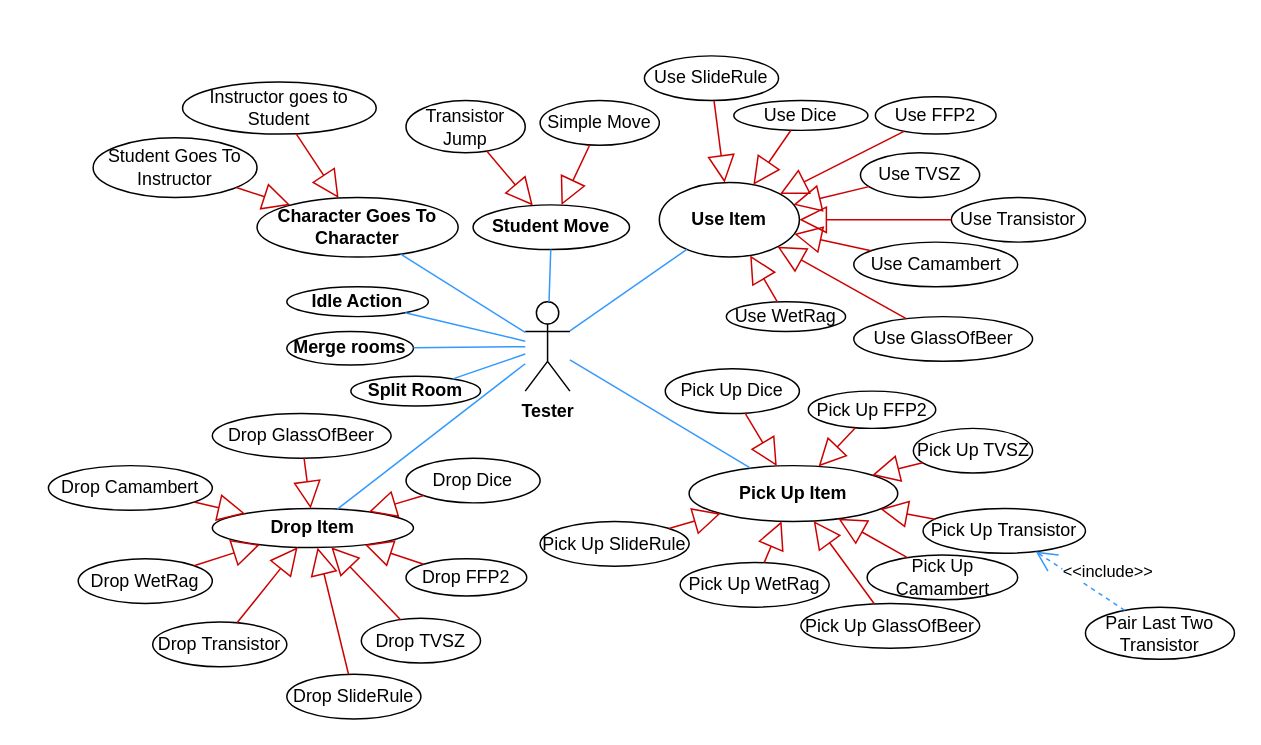
Earlier version of the draw.io diagram Beadások/4. Beadás/Use(Test)-Case.drawio (XanleR/U.B.R.---Projlab-2024). Source tidied: cells renumbered, new cells numbered last; positions are measured from the earlier drawing's top-left corner, leaving out a move shared by most shapes. Both pictures are drawn from the tidied source at 149%, with x=0, y=0 at pixel (48, 55).
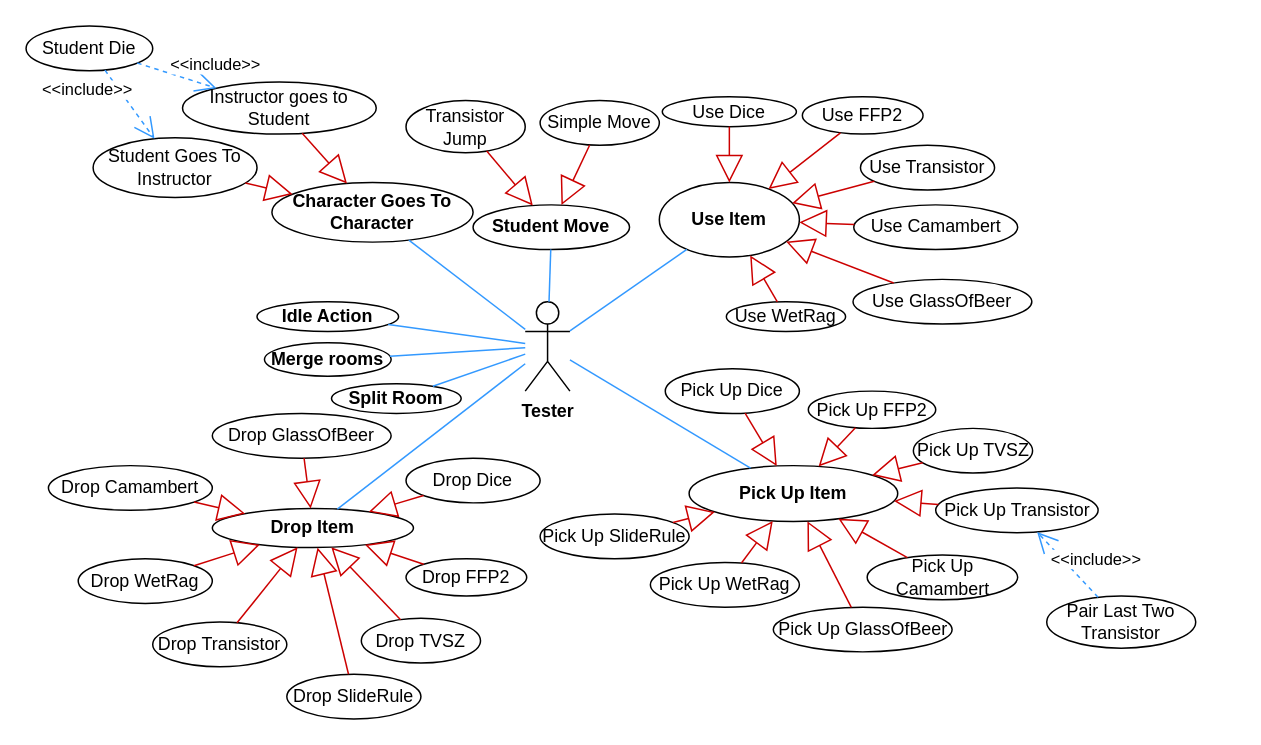
The same diagram, later.

Commit message (it also covers changes not shown here):
use case javítás

Unchanged cells that the change refers to:
```xml
<mxCell id="8" value="&lt;b&gt;Use Item&lt;/b&gt;" style="ellipse;whiteSpace=wrap;html=1;" parent="1" vertex="1">
  <mxGeometry x="410" y="85" width="94" height="50" as="geometry" />
</mxCell>
<mxCell id="73" value="Instructor goes to Student" style="ellipse;whiteSpace=wrap;html=1;" parent="1" vertex="1">
  <mxGeometry x="90" y="17.5" width="130" height="35" as="geometry" />
</mxCell>
<mxCell id="74" value="Student Goes To Instructor" style="ellipse;whiteSpace=wrap;html=1;" parent="1" vertex="1">
  <mxGeometry x="30" y="55" width="110" height="40" as="geometry" />
</mxCell>
```

Diff of the diagram source:
```diff
@@
-    <mxCell id="9" value="Use SlideRule" style="ellipse;whiteSpace=wrap;html=1;" parent="1" vertex="1">
-      <mxGeometry x="400" width="90" height="30" as="geometry" />
-    </mxCell>
     <mxCell id="10" value="Use Dice" style="ellipse;whiteSpace=wrap;html=1;" parent="1" vertex="1">
-      <mxGeometry x="460" y="30" width="90" height="20" as="geometry" />
+      <mxGeometry x="412" y="27.5" width="90" height="20" as="geometry" />
     </mxCell>
@@
     <mxCell id="12" value="Use FFP2" style="ellipse;whiteSpace=wrap;html=1;" parent="1" vertex="1">
-      <mxGeometry x="555" y="27.5" width="81" height="25" as="geometry" />
+      <mxGeometry x="506" y="27.5" width="81" height="25" as="geometry" />
     </mxCell>
-    <mxCell id="13" value="Use TVSZ" style="ellipse;whiteSpace=wrap;html=1;" parent="1" vertex="1">
-      <mxGeometry x="545" y="65" width="80" height="30" as="geometry" />
-    </mxCell>
@@
-    <mxCell id="15" style="endArrow=block;endSize=16;endFill=0;html=1;rounded=0;strokeColor=#CC0000;" parent="1" edge="1" source="9" target="8">
-      <mxGeometry relative="1" as="geometry" />
-    </mxCell>
     <mxCell id="16" value="Use Transistor" style="ellipse;whiteSpace=wrap;html=1;" parent="1" vertex="1">
-      <mxGeometry x="606" y="95" width="90" height="30" as="geometry" />
+      <mxGeometry x="545" y="60" width="90" height="30" as="geometry" />
     </mxCell>
     <mxCell id="17" value="Use Camambert" style="ellipse;whiteSpace=wrap;html=1;" parent="1" vertex="1">
-      <mxGeometry x="540.5" y="125" width="110" height="30" as="geometry" />
+      <mxGeometry x="540.5" y="100" width="110" height="30" as="geometry" />
     </mxCell>
     <mxCell id="18" value="Use GlassOfBeer" style="ellipse;whiteSpace=wrap;html=1;" parent="1" vertex="1">
-      <mxGeometry x="540.5" y="175" width="120" height="30" as="geometry" />
+      <mxGeometry x="540" y="150" width="120" height="30" as="geometry" />
     </mxCell>
@@
-    <mxCell id="22" style="endArrow=block;endSize=16;endFill=0;html=1;rounded=0;strokeColor=#CC0000;" parent="1" edge="1" source="13" target="8">
-      <mxGeometry relative="1" as="geometry" />
-    </mxCell>
@@
     <mxCell id="32" value="Pick Up&amp;nbsp;Transistor" style="ellipse;whiteSpace=wrap;html=1;" parent="1" vertex="1">
-      <mxGeometry x="587" y="303.8" width="109" height="30" as="geometry" />
+      <mxGeometry x="595.5" y="290" width="109" height="30" as="geometry" />
     </mxCell>
@@
     <mxCell id="34" value="Pick Up&amp;nbsp;GlassOfBeer" style="ellipse;whiteSpace=wrap;html=1;" parent="1" vertex="1">
-      <mxGeometry x="505" y="367.5" width="120" height="30" as="geometry" />
+      <mxGeometry x="486.5" y="370" width="120" height="30" as="geometry" />
     </mxCell>
     <mxCell id="35" value="Pick Up&amp;nbsp;WetRag" style="ellipse;whiteSpace=wrap;html=1;" parent="1" vertex="1">
-      <mxGeometry x="424" y="340" width="100" height="30" as="geometry" />
+      <mxGeometry x="404" y="340" width="100" height="30" as="geometry" />
     </mxCell>
@@
     <mxCell id="43" value="&lt;b&gt;Idle Action&lt;/b&gt;" style="ellipse;whiteSpace=wrap;html=1;" parent="1" vertex="1">
-      <mxGeometry x="160" y="155" width="95" height="20" as="geometry" />
+      <mxGeometry x="140" y="165" width="95" height="20" as="geometry" />
     </mxCell>
@@
     <mxCell id="45" value="Pair Last Two Transistor" style="ellipse;whiteSpace=wrap;html=1;" parent="1" vertex="1">
-      <mxGeometry x="696" y="370" width="100" height="35" as="geometry" />
+      <mxGeometry x="670" y="362.5" width="100" height="35" as="geometry" />
     </mxCell>
@@
     <mxCell id="49" value="Pick Up SlideRule" style="ellipse;whiteSpace=wrap;html=1;" parent="1" vertex="1">
-      <mxGeometry x="330" y="312.5" width="100" height="30" as="geometry" />
+      <mxGeometry x="330" y="307.5" width="100" height="30" as="geometry" />
     </mxCell>
@@
     <mxCell id="67" value="&lt;b&gt;Merge rooms&lt;/b&gt;" style="ellipse;whiteSpace=wrap;html=1;" parent="1" vertex="1">
-      <mxGeometry x="160" y="185" width="85" height="22.5" as="geometry" />
+      <mxGeometry x="145" y="192.5" width="85" height="22.5" as="geometry" />
     </mxCell>
     <mxCell id="68" value="&lt;b&gt;Split Room&lt;/b&gt;" style="ellipse;whiteSpace=wrap;html=1;" parent="1" vertex="1">
-      <mxGeometry x="203" y="215" width="87" height="20" as="geometry" />
+      <mxGeometry x="190" y="220" width="87" height="20" as="geometry" />
     </mxCell>
@@
     <mxCell id="71" value="&lt;b&gt;Character Goes To Character&lt;/b&gt;" style="ellipse;whiteSpace=wrap;html=1;" parent="1" vertex="1">
-      <mxGeometry x="140" y="95" width="135" height="40" as="geometry" />
+      <mxGeometry x="150" y="85" width="135" height="40" as="geometry" />
     </mxCell>
@@
+    <mxCell id="77" value="Student Die" style="ellipse;whiteSpace=wrap;html=1;" parent="1" vertex="1">
+      <mxGeometry x="-15" y="-20" width="85" height="30" as="geometry" />
+    </mxCell>
+    <mxCell id="78" value="&amp;lt;&amp;lt;include&amp;gt;&amp;gt;" style="endArrow=open;endSize=12;dashed=1;html=1;rounded=0;strokeColor=#3399FF;" parent="1" edge="1" source="77" target="74">
+      <mxGeometry x="-0.87" y="-17" relative="1" as="geometry" />
+    </mxCell>
+    <mxCell id="79" value="&amp;lt;&amp;lt;include&amp;gt;&amp;gt;" style="endArrow=open;endSize=12;dashed=1;html=1;rounded=0;strokeColor=#3399FF;" parent="1" edge="1" source="77" target="73">
+      <mxGeometry x="0.81" y="15" relative="1" as="geometry" />
+    </mxCell>
+    <mxCell id="80" style="edgeStyle=orthogonalEdgeStyle;rounded=0;orthogonalLoop=1;jettySize=auto;html=1;exitX=0.5;exitY=1;exitDx=0;exitDy=0;" parent="1" edge="1" source="45" target="45">
+      <mxGeometry relative="1" as="geometry" />
+    </mxCell>
```
